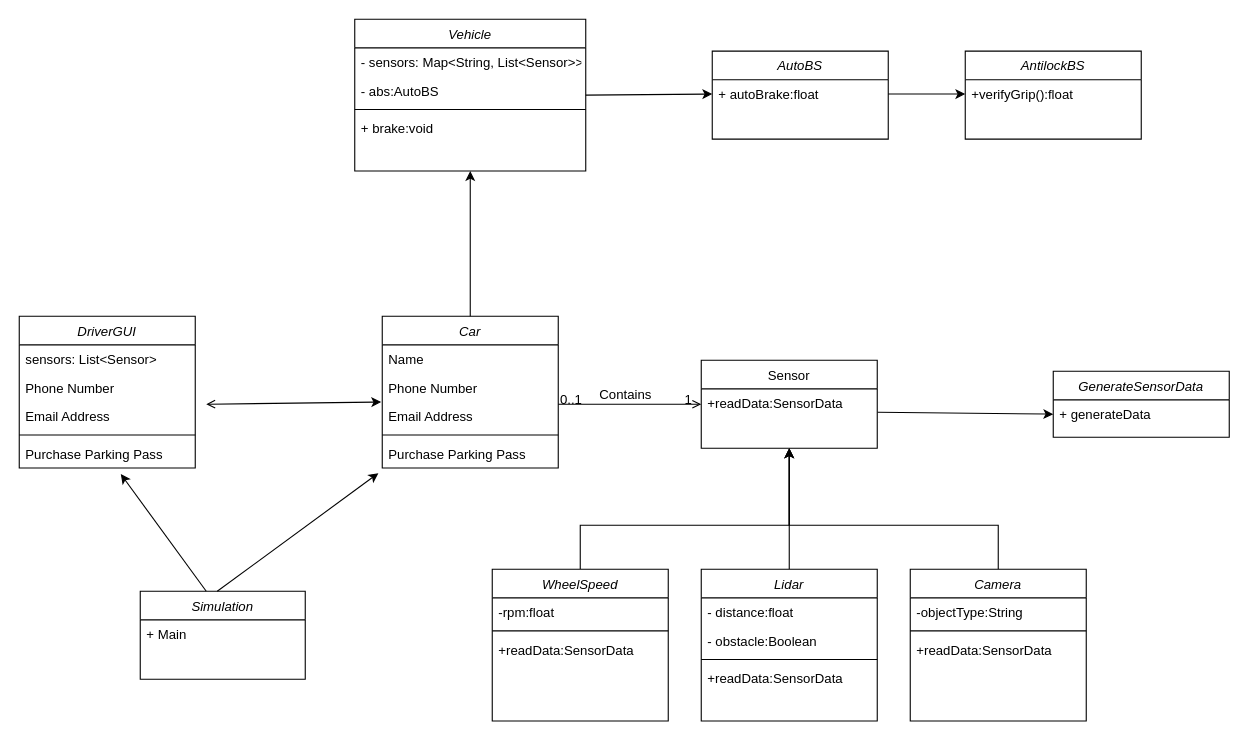
alanmcilwaine/AEBS-Simulation keeps this draw.io diagram as class-diagram/Class Diagram.drawio. Above is the earlier version. Source tidied: cells renumbered, new cells numbered last; positions are measured from the earlier drawing's top-left corner, leaving out a move shared by most shapes. Both pictures are drawn from the tidied source at 110%, with x=0, y=0 at pixel (19, 19).
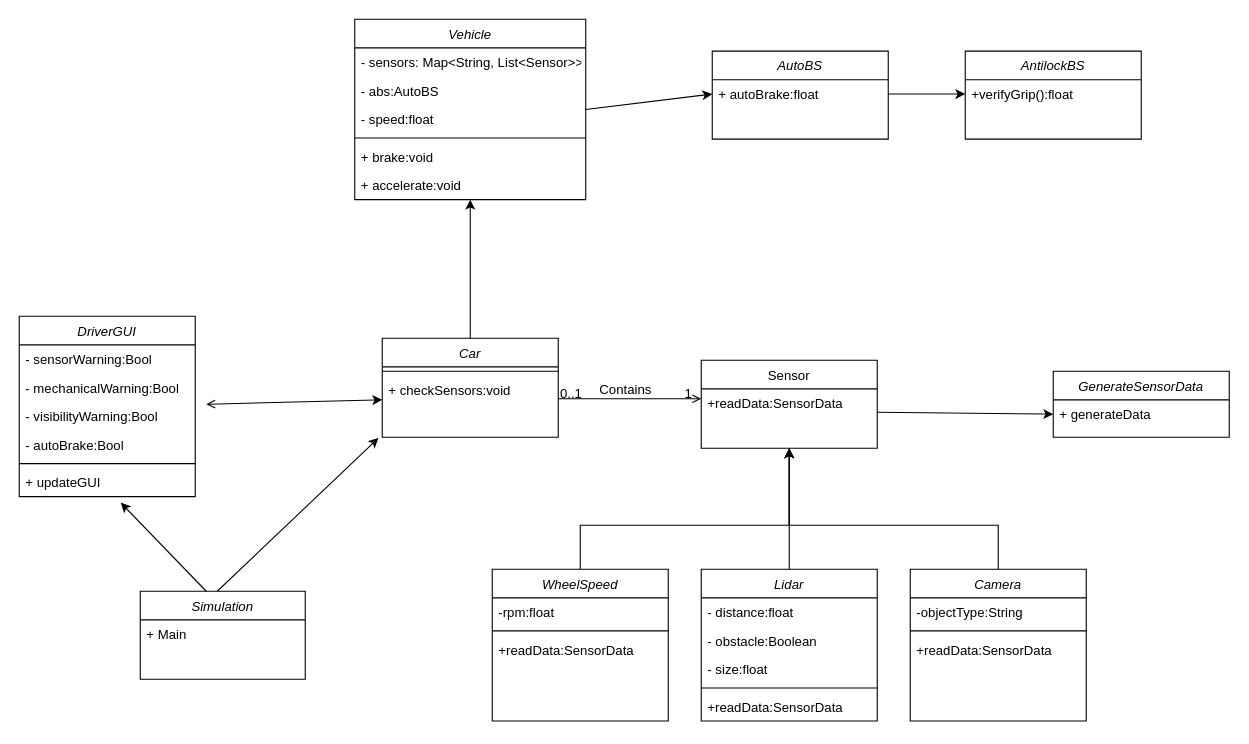
The same page after the edit.

Commit message:
finished class diagram

Unchanged cells that the change refers to:
```xml
<mxCell id="20" value="Lidar" style="swimlane;fontStyle=2;align=center;verticalAlign=top;horizontal=1;startSize=26;rounded=0;shadow=0;strokeWidth=1;" parent="1" vertex="1">
  <mxGeometry x="620" y="500" width="160" height="138" as="geometry" />
</mxCell>
```

What changed in the source:
```diff
@@
     <mxCell id="2" value="Car" style="swimlane;fontStyle=2;align=center;verticalAlign=top;horizontal=1;startSize=26;rounded=0;shadow=0;strokeWidth=1;" parent="1" vertex="1">
-      <mxGeometry x="330" y="270" width="160" height="138" as="geometry" />
+      <mxGeometry x="330" y="290" width="160" height="90" as="geometry" />
     </mxCell>
-    <mxCell id="3" value="Name" style="text;align=left;verticalAlign=top;spacingLeft=4;spacingRight=4;overflow=hidden;" parent="2" vertex="1">
-      <mxGeometry y="26" width="160" height="26" as="geometry" />
-    </mxCell>
-    <mxCell id="4" value="Phone Number" style="text;align=left;verticalAlign=top;spacingLeft=4;spacingRight=4;overflow=hidden;rounded=0;shadow=0;html=0;" parent="2" vertex="1">
-      <mxGeometry y="52" width="160" height="26" as="geometry" />
-    </mxCell>
-    <mxCell id="5" value="Email Address" style="text;align=left;verticalAlign=top;spacingLeft=4;spacingRight=4;overflow=hidden;points=[[0,0.5],[1,0.5]];portConstraint=eastwest;rounded=0;shadow=0;html=0;" parent="2" vertex="1">
-      <mxGeometry y="78" width="160" height="26" as="geometry" />
-    </mxCell>
     <mxCell id="6" style="line;html=1;strokeWidth=1;align=left;verticalAlign=middle;spacingTop=-1;spacingLeft=3;spacingRight=3;labelPosition=right;" parent="2" vertex="1">
-      <mxGeometry y="104" width="160" height="8" as="geometry" />
+      <mxGeometry y="26" width="160" height="8" as="geometry" />
     </mxCell>
-    <mxCell id="7" value="Purchase Parking Pass" style="text;align=left;verticalAlign=top;spacingLeft=4;spacingRight=4;overflow=hidden;points=[[0,0.5],[1,0.5]];portConstraint=eastwest;" parent="2" vertex="1">
-      <mxGeometry y="112" width="160" height="26" as="geometry" />
-    </mxCell>
+    <mxCell id="56" value="+ checkSensors:void" style="text;align=left;verticalAlign=top;spacingLeft=4;spacingRight=4;overflow=hidden;" parent="2" vertex="1">
+      <mxGeometry y="34" width="160" height="26" as="geometry" />
+    </mxCell>
@@
+    <mxCell id="57" value="- obstacle:Boolean" style="text;align=left;verticalAlign=top;spacingLeft=4;spacingRight=4;overflow=hidden;rounded=0;shadow=0;html=0;" parent="20" vertex="1">
+      <mxGeometry y="52" width="160" height="26" as="geometry" />
+    </mxCell>
-    <mxCell id="22" value="- obstacle:Boolean" style="text;align=left;verticalAlign=top;spacingLeft=4;spacingRight=4;overflow=hidden;rounded=0;shadow=0;html=0;" parent="20" vertex="1">
-      <mxGeometry y="52" width="160" height="26" as="geometry" />
+    <mxCell id="22" value="- size:float" style="text;align=left;verticalAlign=top;spacingLeft=4;spacingRight=4;overflow=hidden;rounded=0;shadow=0;html=0;" parent="20" vertex="1">
+      <mxGeometry y="78" width="160" height="26" as="geometry" />
     </mxCell>
     <mxCell id="23" style="line;html=1;strokeWidth=1;align=left;verticalAlign=middle;spacingTop=-1;spacingLeft=3;spacingRight=3;labelPosition=right;" parent="20" vertex="1">
-      <mxGeometry y="78" width="160" height="8" as="geometry" />
+      <mxGeometry y="104" width="160" height="8" as="geometry" />
     </mxCell>
     <mxCell id="24" value="+readData:SensorData" style="text;align=left;verticalAlign=top;spacingLeft=4;spacingRight=4;overflow=hidden;" parent="20" vertex="1">
-      <mxGeometry y="86" width="160" height="26" as="geometry" />
+      <mxGeometry y="112" width="160" height="26" as="geometry" />
     </mxCell>
@@
     <mxCell id="30" value="DriverGUI" style="swimlane;fontStyle=2;align=center;verticalAlign=top;horizontal=1;startSize=26;rounded=0;shadow=0;strokeWidth=1;" parent="1" vertex="1">
-      <mxGeometry y="270" width="160" height="138" as="geometry" />
+      <mxGeometry y="270" width="160" height="164" as="geometry" />
     </mxCell>
-    <mxCell id="31" value="sensors: List&lt;Sensor&gt;" style="text;align=left;verticalAlign=top;spacingLeft=4;spacingRight=4;overflow=hidden;" parent="30" vertex="1">
+    <mxCell id="31" value="- sensorWarning:Bool" style="text;align=left;verticalAlign=top;spacingLeft=4;spacingRight=4;overflow=hidden;" parent="30" vertex="1">
       <mxGeometry y="26" width="160" height="26" as="geometry" />
     </mxCell>
-    <mxCell id="32" value="Phone Number" style="text;align=left;verticalAlign=top;spacingLeft=4;spacingRight=4;overflow=hidden;rounded=0;shadow=0;html=0;" parent="30" vertex="1">
+    <mxCell id="32" value="- mechanicalWarning:Bool" style="text;align=left;verticalAlign=top;spacingLeft=4;spacingRight=4;overflow=hidden;rounded=0;shadow=0;html=0;" parent="30" vertex="1">
       <mxGeometry y="52" width="160" height="26" as="geometry" />
     </mxCell>
+    <mxCell id="58" value="- visibilityWarning:Bool" style="text;align=left;verticalAlign=top;spacingLeft=4;spacingRight=4;overflow=hidden;rounded=0;shadow=0;html=0;" parent="30" vertex="1">
+      <mxGeometry y="78" width="160" height="26" as="geometry" />
+    </mxCell>
-    <mxCell id="33" value="Email Address" style="text;align=left;verticalAlign=top;spacingLeft=4;spacingRight=4;overflow=hidden;rounded=0;shadow=0;html=0;" parent="30" vertex="1">
-      <mxGeometry y="78" width="160" height="26" as="geometry" />
+    <mxCell id="33" value="- autoBrake:Bool" style="text;align=left;verticalAlign=top;spacingLeft=4;spacingRight=4;overflow=hidden;rounded=0;shadow=0;html=0;" parent="30" vertex="1">
+      <mxGeometry y="104" width="160" height="26" as="geometry" />
     </mxCell>
     <mxCell id="34" style="line;html=1;strokeWidth=1;align=left;verticalAlign=middle;spacingTop=-1;spacingLeft=3;spacingRight=3;labelPosition=right;" parent="30" vertex="1">
-      <mxGeometry y="104" width="160" height="8" as="geometry" />
+      <mxGeometry y="130" width="160" height="8" as="geometry" />
     </mxCell>
-    <mxCell id="35" value="Purchase Parking Pass" style="text;align=left;verticalAlign=top;spacingLeft=4;spacingRight=4;overflow=hidden;points=[[0,0.5],[1,0.5]];portConstraint=eastwest;" parent="30" vertex="1">
-      <mxGeometry y="112" width="160" height="26" as="geometry" />
+    <mxCell id="35" value="+ updateGUI" style="text;align=left;verticalAlign=top;spacingLeft=4;spacingRight=4;overflow=hidden;points=[[0,0.5],[1,0.5]];portConstraint=eastwest;" parent="30" vertex="1">
+      <mxGeometry y="138" width="160" height="26" as="geometry" />
     </mxCell>
     <mxCell id="36" value="Vehicle" style="swimlane;fontStyle=2;align=center;verticalAlign=top;horizontal=1;startSize=26;rounded=0;shadow=0;strokeWidth=1;" parent="1" vertex="1">
-      <mxGeometry x="305" width="210" height="138" as="geometry" />
+      <mxGeometry x="305" width="210" height="164" as="geometry" />
     </mxCell>
@@
+    <mxCell id="59" value="- abs:AutoBS" style="text;align=left;verticalAlign=top;spacingLeft=4;spacingRight=4;overflow=hidden;rounded=0;shadow=0;html=0;" parent="36" vertex="1">
+      <mxGeometry y="52" width="210" height="26" as="geometry" />
+    </mxCell>
-    <mxCell id="38" value="- abs:AutoBS" style="text;align=left;verticalAlign=top;spacingLeft=4;spacingRight=4;overflow=hidden;rounded=0;shadow=0;html=0;" parent="36" vertex="1">
-      <mxGeometry y="52" width="210" height="26" as="geometry" />
+    <mxCell id="38" value="- speed:float" style="text;align=left;verticalAlign=top;spacingLeft=4;spacingRight=4;overflow=hidden;rounded=0;shadow=0;html=0;" parent="36" vertex="1">
+      <mxGeometry y="78" width="210" height="26" as="geometry" />
     </mxCell>
     <mxCell id="39" style="line;html=1;strokeWidth=1;align=left;verticalAlign=middle;spacingTop=-1;spacingLeft=3;spacingRight=3;labelPosition=right;" parent="36" vertex="1">
-      <mxGeometry y="78" width="210" height="8" as="geometry" />
+      <mxGeometry y="104" width="210" height="8" as="geometry" />
     </mxCell>
     <mxCell id="40" value="+ brake:void" style="text;align=left;verticalAlign=top;spacingLeft=4;spacingRight=4;overflow=hidden;" parent="36" vertex="1">
-      <mxGeometry y="86" width="210" height="26" as="geometry" />
+      <mxGeometry y="112" width="210" height="26" as="geometry" />
     </mxCell>
+    <mxCell id="60" value="+ accelerate:void" style="text;align=left;verticalAlign=top;spacingLeft=4;spacingRight=4;overflow=hidden;" parent="36" vertex="1">
+      <mxGeometry y="138" width="210" height="26" as="geometry" />
+    </mxCell>
@@
-    <mxCell id="48" style="endArrow=classic;html=1;rounded=0;entryX=-0.006;entryY=0;entryDx=0;entryDy=0;startArrow=open;startFill=0;entryPerimeter=0;" parent="1" edge="1" target="5">
+    <mxCell id="48" style="endArrow=classic;html=1;rounded=0;entryX=0;entryY=-0.154;entryDx=0;entryDy=0;startArrow=open;startFill=0;entryPerimeter=0;" parent="1" edge="1">
       <mxGeometry relative="1" as="geometry">
         <mxPoint x="170" y="350" as="sourcePoint" />
+        <mxPoint x="330" y="346" as="targetPoint" />
       </mxGeometry>
     </mxCell>
@@
-    <mxCell id="54" style="endArrow=classic;html=1;rounded=0;entryX=-0.022;entryY=1.179;entryDx=0;entryDy=0;entryPerimeter=0;" parent="1" edge="1" target="7">
+    <mxCell id="54" style="endArrow=classic;html=1;rounded=0;entryX=-0.022;entryY=1.179;entryDx=0;entryDy=0;entryPerimeter=0;" parent="1" edge="1">
       <mxGeometry relative="1" as="geometry">
         <mxPoint x="180" y="520" as="sourcePoint" />
+        <mxPoint x="326.5" y="380.7" as="targetPoint" />
       </mxGeometry>
     </mxCell>
```
